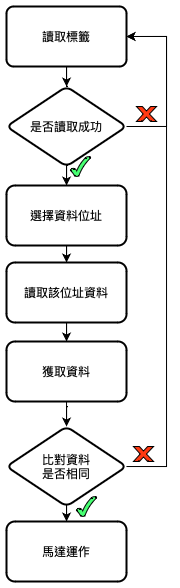
Above: pics/wokflow.png in chyijiunn/NFC (draw.io), before the change. Source tidied: cells renumbered, new cells last; positions are measured from the earlier drawing's top-left corner, leaving out a move shared by most shapes.
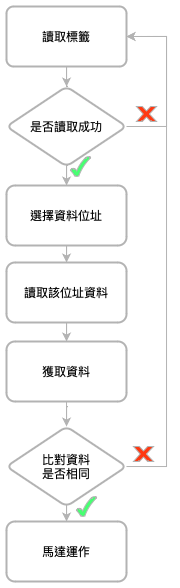
Above is the later version.

What changed in the source:
```diff
@@ -2,16 +2,16 @@
   <root>
     <mxCell id="0" />
     <mxCell id="1" parent="0" />
-    <mxCell id="2" style="edgeStyle=orthogonalEdgeStyle;rounded=0;jettySize=auto;html=1;" parent="1" edge="1" source="3" target="6">
+    <mxCell id="2" style="edgeStyle=orthogonalEdgeStyle;rounded=0;jettySize=auto;html=1;strokeColor=#B3B3B3;" parent="1" edge="1" source="3" target="6">
       <mxGeometry relative="1" as="geometry" />
     </mxCell>
-    <mxCell id="3" value="讀取標籤" style="rounded=1;whiteSpace=wrap;html=1;absoluteArcSize=1;arcSize=14;strokeWidth=2;" parent="1" vertex="1">
+    <mxCell id="3" value="讀取標籤" style="rounded=1;whiteSpace=wrap;html=1;absoluteArcSize=1;arcSize=14;strokeWidth=2;strokeColor=#B3B3B3;" parent="1" vertex="1">
       <mxGeometry width="120" height="60" as="geometry" />
     </mxCell>
-    <mxCell id="4" style="edgeStyle=orthogonalEdgeStyle;rounded=0;jettySize=auto;html=1;" parent="1" edge="1" source="6" target="8">
+    <mxCell id="4" style="edgeStyle=orthogonalEdgeStyle;rounded=0;jettySize=auto;html=1;strokeColor=#B3B3B3;" parent="1" edge="1" source="6" target="8">
       <mxGeometry relative="1" as="geometry" />
     </mxCell>
-    <mxCell id="5" style="edgeStyle=orthogonalEdgeStyle;rounded=0;jettySize=auto;html=1;entryX=1;entryY=0.5;entryDx=0;entryDy=0;exitX=1;exitY=0.5;exitDx=0;exitDy=0;" parent="1" edge="1" source="6" target="3">
+    <mxCell id="5" style="edgeStyle=orthogonalEdgeStyle;rounded=0;jettySize=auto;html=1;entryX=1;entryY=0.5;entryDx=0;entryDy=0;exitX=1;exitY=0.5;exitDx=0;exitDy=0;strokeColor=#B3B3B3;" parent="1" edge="1" source="6" target="3">
       <mxGeometry relative="1" as="geometry">
         <Array as="points">
           <mxPoint x="160" y="120" />
@@ -19,31 +19,31 @@
         </Array>
       </mxGeometry>
     </mxCell>
-    <mxCell id="6" value="是否讀取成功" style="rhombus;whiteSpace=wrap;html=1;rounded=1;arcSize=14;strokeWidth=2;" parent="1" vertex="1">
+    <mxCell id="6" value="是否讀取成功" style="rhombus;whiteSpace=wrap;html=1;rounded=1;arcSize=14;strokeWidth=2;strokeColor=#B3B3B3;" parent="1" vertex="1">
       <mxGeometry y="80" width="120" height="80" as="geometry" />
     </mxCell>
-    <mxCell id="7" style="edgeStyle=orthogonalEdgeStyle;rounded=0;jettySize=auto;html=1;" parent="1" edge="1" source="8" target="10">
+    <mxCell id="7" style="edgeStyle=orthogonalEdgeStyle;rounded=0;jettySize=auto;html=1;strokeColor=#B3B3B3;" parent="1" edge="1" source="8" target="10">
       <mxGeometry relative="1" as="geometry" />
     </mxCell>
-    <mxCell id="8" value="選擇資料位址" style="whiteSpace=wrap;html=1;rounded=1;arcSize=14;strokeWidth=2;" parent="1" vertex="1">
+    <mxCell id="8" value="選擇資料位址" style="whiteSpace=wrap;html=1;rounded=1;arcSize=14;strokeWidth=2;strokeColor=#B3B3B3;" parent="1" vertex="1">
       <mxGeometry y="179" width="120" height="60" as="geometry" />
     </mxCell>
-    <mxCell id="9" style="edgeStyle=orthogonalEdgeStyle;rounded=0;jettySize=auto;html=1;" parent="1" edge="1" source="10" target="12">
+    <mxCell id="9" style="edgeStyle=orthogonalEdgeStyle;rounded=0;jettySize=auto;html=1;strokeColor=#B3B3B3;" parent="1" edge="1" source="10" target="12">
       <mxGeometry relative="1" as="geometry" />
     </mxCell>
-    <mxCell id="10" value="讀取該位址資料" style="whiteSpace=wrap;html=1;rounded=1;arcSize=14;strokeWidth=2;" parent="1" vertex="1">
+    <mxCell id="10" value="讀取該位址資料" style="whiteSpace=wrap;html=1;rounded=1;arcSize=14;strokeWidth=2;strokeColor=#B3B3B3;" parent="1" vertex="1">
       <mxGeometry y="256" width="120" height="60" as="geometry" />
     </mxCell>
-    <mxCell id="11" style="edgeStyle=orthogonalEdgeStyle;rounded=0;jettySize=auto;html=1;" parent="1" edge="1" source="12" target="15">
+    <mxCell id="11" style="edgeStyle=orthogonalEdgeStyle;rounded=0;jettySize=auto;html=1;strokeColor=#B3B3B3;" parent="1" edge="1" source="12" target="15">
       <mxGeometry relative="1" as="geometry" />
     </mxCell>
-    <mxCell id="12" value="獲取資料" style="whiteSpace=wrap;html=1;rounded=1;arcSize=14;strokeWidth=2;" parent="1" vertex="1">
+    <mxCell id="12" value="獲取資料" style="whiteSpace=wrap;html=1;rounded=1;arcSize=14;strokeWidth=2;strokeColor=#B3B3B3;" parent="1" vertex="1">
       <mxGeometry y="335" width="120" height="60" as="geometry" />
     </mxCell>
-    <mxCell id="13" style="edgeStyle=orthogonalEdgeStyle;rounded=0;jettySize=auto;html=1;" parent="1" edge="1" source="15" target="16">
+    <mxCell id="13" style="edgeStyle=orthogonalEdgeStyle;rounded=0;jettySize=auto;html=1;strokeColor=#B3B3B3;" parent="1" edge="1" source="15" target="16">
       <mxGeometry relative="1" as="geometry" />
     </mxCell>
-    <mxCell id="14" style="edgeStyle=orthogonalEdgeStyle;rounded=0;jettySize=auto;html=1;entryX=1;entryY=0.5;entryDx=0;entryDy=0;" parent="1" edge="1" source="15" target="3">
+    <mxCell id="14" style="edgeStyle=orthogonalEdgeStyle;rounded=0;jettySize=auto;html=1;entryX=1;entryY=0.5;entryDx=0;entryDy=0;strokeColor=#B3B3B3;" parent="1" edge="1" source="15" target="3">
       <mxGeometry relative="1" as="geometry">
         <Array as="points">
           <mxPoint x="160" y="460" />
@@ -51,22 +51,22 @@
         </Array>
       </mxGeometry>
     </mxCell>
-    <mxCell id="15" value="比對資料&lt;br&gt;是否相同" style="rhombus;whiteSpace=wrap;html=1;rounded=1;arcSize=14;strokeWidth=2;" parent="1" vertex="1">
+    <mxCell id="15" value="比對資料&lt;br&gt;是否相同" style="rhombus;whiteSpace=wrap;html=1;rounded=1;arcSize=14;strokeWidth=2;strokeColor=#B3B3B3;" parent="1" vertex="1">
       <mxGeometry y="420" width="120" height="80" as="geometry" />
     </mxCell>
-    <mxCell id="16" value="馬達運作" style="whiteSpace=wrap;html=1;rounded=1;arcSize=14;strokeWidth=2;" parent="1" vertex="1">
+    <mxCell id="16" value="馬達運作" style="whiteSpace=wrap;html=1;rounded=1;arcSize=14;strokeWidth=2;strokeColor=#B3B3B3;" parent="1" vertex="1">
       <mxGeometry y="515" width="120" height="60" as="geometry" />
     </mxCell>
-    <mxCell id="17" style="verticalLabelPosition=bottom;verticalAlign=top;html=1;shape=mxgraph.basic.x;fillColor=#FF3912;" parent="1" vertex="1">
+    <mxCell id="17" style="verticalLabelPosition=bottom;verticalAlign=top;html=1;shape=mxgraph.basic.x;fillColor=#FF3912;strokeColor=#B3B3B3;" parent="1" vertex="1">
       <mxGeometry x="130" y="100" width="20" height="15" as="geometry" />
     </mxCell>
-    <mxCell id="18" style="verticalLabelPosition=bottom;verticalAlign=top;html=1;shape=mxgraph.basic.x;fillColor=#FF3912;" parent="1" vertex="1">
+    <mxCell id="18" style="verticalLabelPosition=bottom;verticalAlign=top;html=1;shape=mxgraph.basic.x;fillColor=#FF3912;strokeColor=#B3B3B3;" parent="1" vertex="1">
       <mxGeometry x="127" y="440" width="20" height="15" as="geometry" />
     </mxCell>
-    <mxCell id="19" style="verticalLabelPosition=bottom;verticalAlign=top;html=1;shape=mxgraph.basic.tick;fillColor=#47FF72;" parent="1" vertex="1">
+    <mxCell id="19" style="verticalLabelPosition=bottom;verticalAlign=top;html=1;shape=mxgraph.basic.tick;fillColor=#47FF72;strokeColor=#B3B3B3;" parent="1" vertex="1">
       <mxGeometry x="64" y="150" width="20" height="20" as="geometry" />
     </mxCell>
-    <mxCell id="20" style="verticalLabelPosition=bottom;verticalAlign=top;html=1;shape=mxgraph.basic.tick;fillColor=#47FF72;" parent="1" vertex="1">
+    <mxCell id="20" style="verticalLabelPosition=bottom;verticalAlign=top;html=1;shape=mxgraph.basic.tick;fillColor=#47FF72;strokeColor=#B3B3B3;" parent="1" vertex="1">
       <mxGeometry x="70" y="490" width="20" height="20" as="geometry" />
     </mxCell>
   </root>
```
